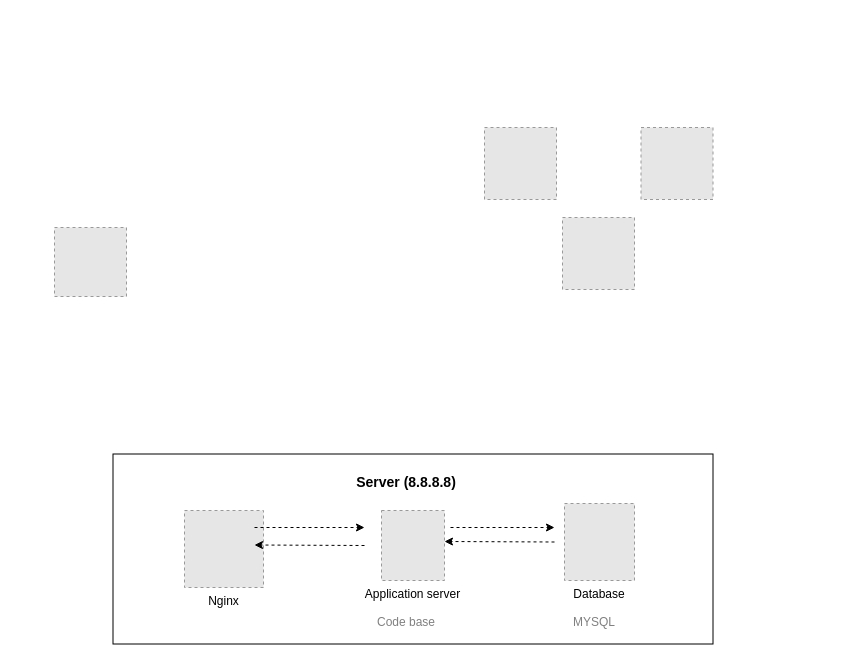
The draw.io diagram 0x09-web_infrastructure_design/task1.drawio in Gloireski/alx-system_engineering-devops, before the edit. Source tidied: cells renumbered, new cells numbered last; positions are measured from the earlier drawing's top-left corner, leaving out a move shared by most shapes. Both pictures are drawn from the tidied source at 100%, with x=0, y=0 at pixel (54, 127). Pictures stored in the file or linked from it are replaced by grey dashed boxes.
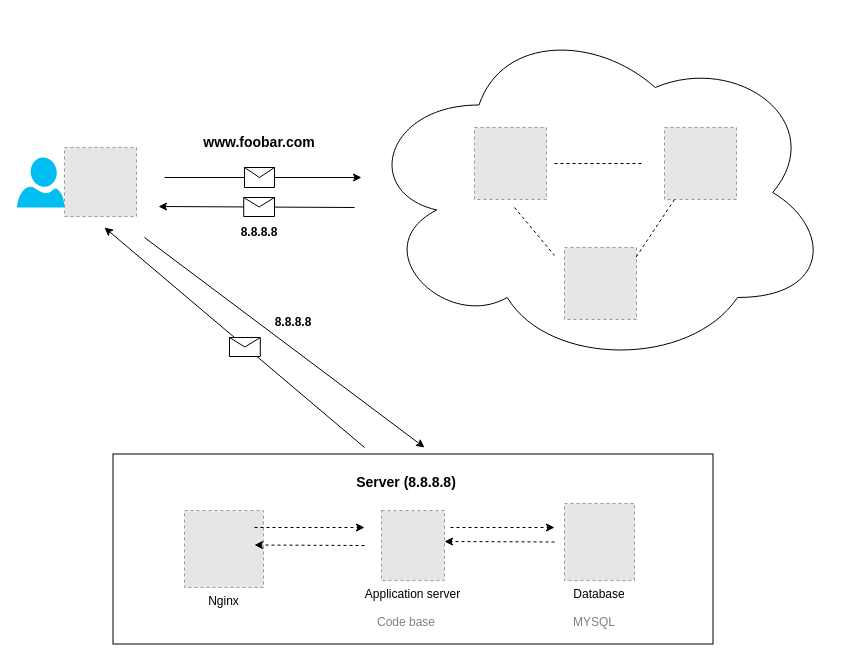
The same diagram, later.

Commit message:
Mettre à jour task1.drawio

Change to the diagram source:
```diff
@@
-<mxGraphModel>
+<mxGraphModel background="#ffffff">
@@
     <mxCell id="2" style="fillColor=#E6E6E6;strokeColor=#999999;dashed=1;verticalLabelPosition=bottom;labelBackgroundColor=#ffffff;verticalAlign=top;" parent="1" vertex="1">
-      <mxGeometry x="430" width="72" height="72" as="geometry" />
+      <mxGeometry x="420" width="72" height="72" as="geometry" />
     </mxCell>
     <mxCell id="3" style="fillColor=#E6E6E6;strokeColor=#999999;dashed=1;verticalLabelPosition=bottom;labelBackgroundColor=#ffffff;verticalAlign=top;" parent="1" vertex="1">
-      <mxGeometry y="100" width="72" height="69" as="geometry" />
+      <mxGeometry x="10" y="20" width="72" height="69" as="geometry" />
     </mxCell>
@@
     <mxCell id="15" style="fillColor=#E6E6E6;strokeColor=#999999;dashed=1;verticalLabelPosition=bottom;labelBackgroundColor=#ffffff;verticalAlign=top;" parent="1" vertex="1">
-      <mxGeometry x="586.5" width="72" height="72" as="geometry" />
+      <mxGeometry x="610" width="72" height="72" as="geometry" />
     </mxCell>
     <mxCell id="16" style="fillColor=#E6E6E6;strokeColor=#999999;dashed=1;verticalLabelPosition=bottom;labelBackgroundColor=#ffffff;verticalAlign=top;" parent="1" vertex="1">
-      <mxGeometry x="508" y="90" width="72" height="72" as="geometry" />
+      <mxGeometry x="510" y="120" width="72" height="72" as="geometry" />
     </mxCell>
+    <mxCell id="17" style="endArrow=none;dashed=1;html=1;rounded=0;" parent="1" edge="1">
+      <mxGeometry relative="1" as="geometry">
+        <mxPoint x="500" y="36" as="sourcePoint" />
+        <mxPoint x="590" y="36" as="targetPoint" />
+      </mxGeometry>
+    </mxCell>
+    <mxCell id="18" style="endArrow=none;dashed=1;html=1;rounded=0;" parent="1" edge="1">
+      <mxGeometry relative="1" as="geometry">
+        <mxPoint x="460" y="80" as="sourcePoint" />
+        <mxPoint x="500" y="128" as="targetPoint" />
+      </mxGeometry>
+    </mxCell>
+    <mxCell id="19" style="endArrow=none;dashed=1;html=1;rounded=0;" parent="1" edge="1">
+      <mxGeometry relative="1" as="geometry">
+        <mxPoint x="620" y="72" as="sourcePoint" />
+        <mxPoint x="580" y="132" as="targetPoint" />
+      </mxGeometry>
+    </mxCell>
+    <mxCell id="20" style="ellipse;shape=cloud;whiteSpace=wrap;html=1;fillColor=none;" parent="1" vertex="1">
+      <mxGeometry x="307" y="-110" width="470" height="350" as="geometry" />
+    </mxCell>
+    <mxCell id="21" style="endArrow=classic;html=1;rounded=0;" parent="1" edge="1">
+      <mxGeometry relative="1" as="geometry">
+        <mxPoint x="110" y="50" as="sourcePoint" />
+        <mxPoint x="307" y="50" as="targetPoint" />
+      </mxGeometry>
+    </mxCell>
+    <mxCell id="22" style="endArrow=classic;html=1;rounded=0;" parent="1" edge="1">
+      <mxGeometry relative="1" as="geometry">
+        <mxPoint x="300" y="80" as="sourcePoint" />
+        <mxPoint x="104" y="79" as="targetPoint" />
+      </mxGeometry>
+    </mxCell>
+    <mxCell id="23" style="shape=message;html=1;html=1;labelPosition=center;verticalLabelPosition=bottom;align=center;verticalAlign=top;" parent="1" vertex="1">
+      <mxGeometry x="190" y="40" width="30" height="20" as="geometry" />
+    </mxCell>
+    <mxCell id="24" style="shape=message;html=1;html=1;labelPosition=center;verticalLabelPosition=bottom;align=center;verticalAlign=top;" parent="1" vertex="1">
+      <mxGeometry x="189.2" y="70" width="30.8" height="19" as="geometry" />
+    </mxCell>
+    <mxCell id="25" value="&lt;b&gt;8.8.8.8&lt;/b&gt;" style="text;html=1;strokeColor=none;fillColor=none;align=center;verticalAlign=middle;whiteSpace=wrap;rounded=0;" parent="1" vertex="1">
+      <mxGeometry x="175" y="90" width="60" height="30" as="geometry" />
+    </mxCell>
+    <mxCell id="26" value="&lt;font size=&quot;1&quot;&gt;&lt;b style=&quot;font-size: 14px;&quot;&gt;www.foobar.com&lt;/b&gt;&lt;/font&gt;" style="text;html=1;strokeColor=none;fillColor=none;align=center;verticalAlign=middle;whiteSpace=wrap;rounded=0;" parent="1" vertex="1">
+      <mxGeometry x="145" width="120" height="30" as="geometry" />
+    </mxCell>
+    <mxCell id="27" style="endArrow=classic;html=1;rounded=0;" parent="1" edge="1">
+      <mxGeometry relative="1" as="geometry">
+        <mxPoint x="310" y="320" as="sourcePoint" />
+        <mxPoint x="50" y="100" as="targetPoint" />
+      </mxGeometry>
+    </mxCell>
+    <mxCell id="28" style="endArrow=classic;html=1;rounded=0;" parent="1" edge="1">
+      <mxGeometry relative="1" as="geometry">
+        <mxPoint x="90" y="110" as="sourcePoint" />
+        <mxPoint x="370" y="320" as="targetPoint" />
+      </mxGeometry>
+    </mxCell>
+    <mxCell id="29" value="&lt;b&gt;8.8.8.8&lt;/b&gt;" style="text;html=1;strokeColor=none;fillColor=none;align=center;verticalAlign=middle;whiteSpace=wrap;rounded=0;" parent="1" vertex="1">
+      <mxGeometry x="209" y="180" width="60" height="30" as="geometry" />
+    </mxCell>
+    <mxCell id="30" style="shape=message;html=1;html=1;labelPosition=center;verticalLabelPosition=bottom;align=center;verticalAlign=top;" parent="1" vertex="1">
+      <mxGeometry x="175" y="210" width="30.8" height="19" as="geometry" />
+    </mxCell>
+    <mxCell id="31" style="verticalLabelPosition=bottom;html=1;verticalAlign=top;align=center;strokeColor=none;fillColor=#00BEF2;shape=mxgraph.azure.user;" parent="1" vertex="1">
+      <mxGeometry x="-37.5" y="30" width="47.5" height="50" as="geometry" />
+    </mxCell>
```
